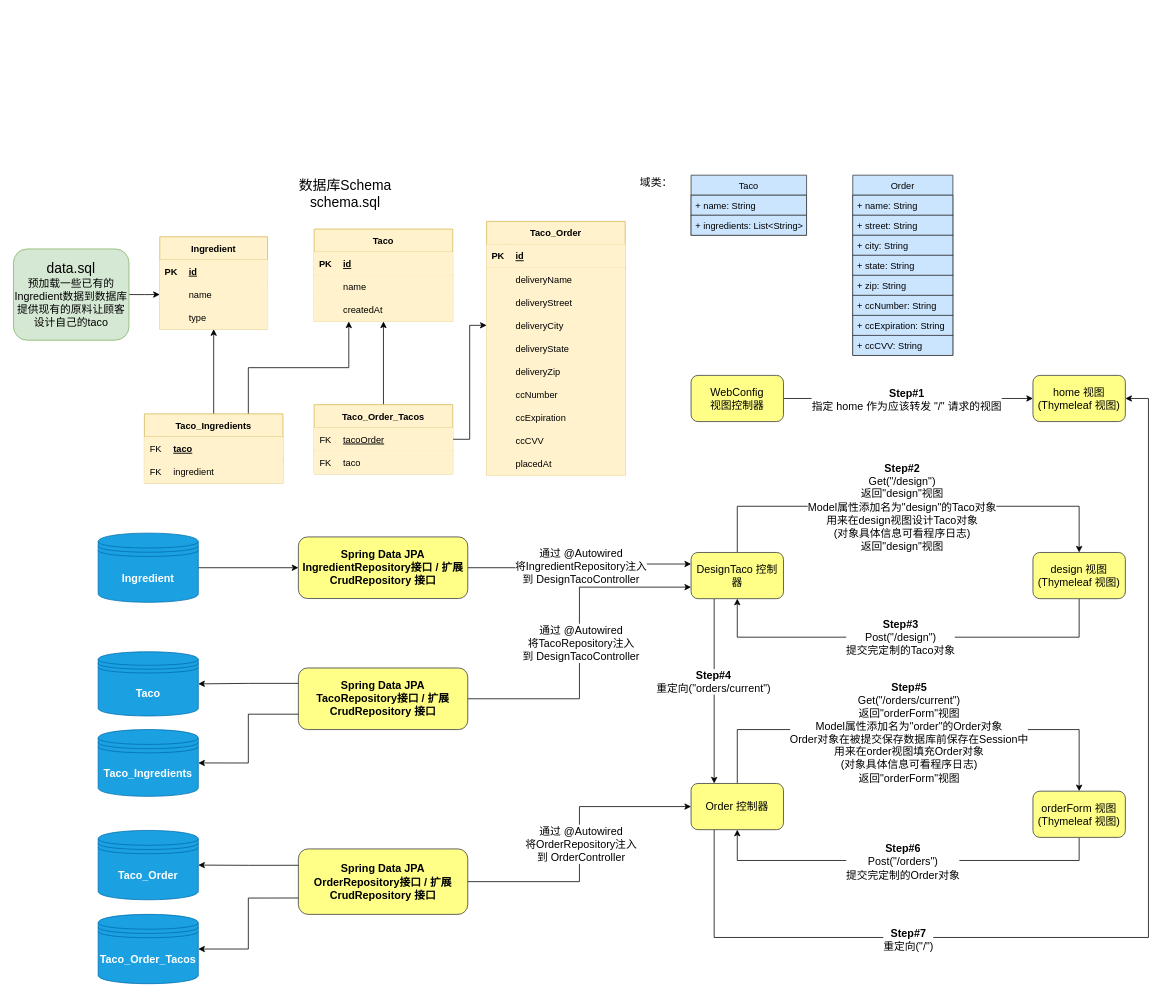
LilithCoder/taco-cloud keeps this draw.io diagram as flow_chart/flow_chart_v4.drawio. Above is the earlier version. Source tidied: cells renumbered, new cells numbered last; positions are measured from the earlier drawing's top-left corner, leaving out a move shared by most shapes. Both pictures are drawn from the tidied source at 77%, with x=0, y=0 at pixel (13, 175).
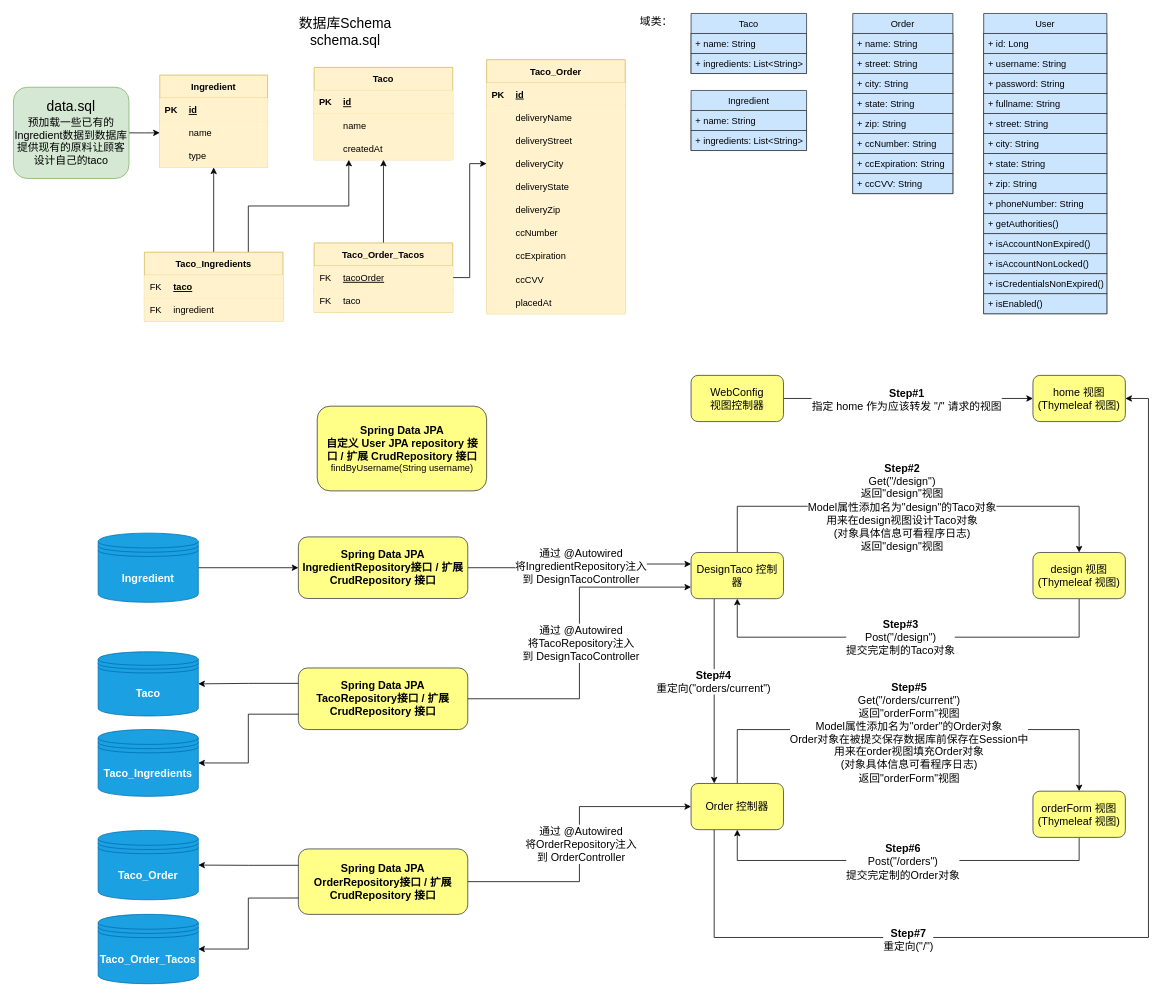
The same diagram, later.

Commit message (it also covers changes not shown here):
创建表示和持久存储用户信息的域对象 & 自定义 User JPA 存储库接口

What changed in the source:
```diff
@@
     <mxCell id="2" value="Order" style="swimlane;fontStyle=0;horizontal=1;startSize=26;fillColor=#cce5ff;strokeColor=#36393d;" parent="1" vertex="1">
-      <mxGeometry x="1090" width="130" height="234" as="geometry" />
+      <mxGeometry x="1090" y="-210" width="130" height="234" as="geometry" />
     </mxCell>
@@
     <mxCell id="11" value="Taco" style="swimlane;fontStyle=0;horizontal=1;startSize=26;fillColor=#cce5ff;strokeColor=#36393d;" parent="1" vertex="1">
-      <mxGeometry x="880" width="150" height="78" as="geometry" />
+      <mxGeometry x="880" y="-210" width="150" height="78" as="geometry" />
     </mxCell>
@@
     <mxCell id="14" value="&lt;font style=&quot;font-size: 14px&quot;&gt;域类：&lt;/font&gt;" style="text;html=1;strokeColor=none;fillColor=none;align=center;verticalAlign=middle;whiteSpace=wrap;rounded=0;" parent="1" vertex="1">
-      <mxGeometry x="810" width="50" height="20" as="geometry" />
+      <mxGeometry x="810" y="-210" width="50" height="20" as="geometry" />
     </mxCell>
@@
     <mxCell id="39" value="Ingredient" style="shape=table;startSize=30;childLayout=tableLayout;rowLines=0;fontStyle=1;align=center;fillColor=#fff2cc;strokeColor=#d6b656;" parent="1" vertex="1">
-      <mxGeometry x="190" y="80" width="140" height="120" as="geometry" />
+      <mxGeometry x="190" y="-130" width="140" height="120" as="geometry" />
     </mxCell>
@@
     <mxCell id="49" value="Taco" style="shape=table;startSize=30;childLayout=tableLayout;rowLines=0;fontStyle=1;align=center;fillColor=#fff2cc;strokeColor=#d6b656;" parent="1" vertex="1">
-      <mxGeometry x="390.5" y="70" width="180" height="120" as="geometry" />
+      <mxGeometry x="390.5" y="-140" width="180" height="120" as="geometry" />
     </mxCell>
@@
     <mxCell id="61" value="Taco_Ingredients" style="shape=table;startSize=30;childLayout=tableLayout;rowLines=0;fontStyle=1;align=center;fillColor=#fff2cc;strokeColor=#d6b656;" parent="1" vertex="1">
-      <mxGeometry x="170" y="310" width="180" height="90" as="geometry" />
+      <mxGeometry x="170" y="100" width="180" height="90" as="geometry" />
     </mxCell>
@@
     <mxCell id="70" value="Taco_Order_Tacos" style="shape=table;startSize=30;childLayout=tableLayout;rowLines=0;fontStyle=1;align=center;fillColor=#fff2cc;strokeColor=#d6b656;" parent="1" vertex="1">
-      <mxGeometry x="390.5" y="298" width="180" height="90" as="geometry" />
+      <mxGeometry x="390.5" y="88" width="180" height="90" as="geometry" />
     </mxCell>
@@
     <mxCell id="77" value="Taco_Order" style="shape=table;startSize=30;childLayout=tableLayout;rowLines=0;fontStyle=1;align=center;fillColor=#fff2cc;strokeColor=#d6b656;" parent="1" vertex="1">
-      <mxGeometry x="614.5" y="60" width="180" height="330" as="geometry" />
+      <mxGeometry x="614.5" y="-150" width="180" height="330" as="geometry" />
     </mxCell>
@@
     <mxCell id="108" value="&lt;font style=&quot;font-size: 18px&quot;&gt;数据库Schema&lt;br&gt;schema.sql&lt;br&gt;&lt;/font&gt;" style="text;html=1;strokeColor=none;fillColor=none;align=center;verticalAlign=middle;whiteSpace=wrap;rounded=0;" parent="1" vertex="1">
-      <mxGeometry x="360.5" width="140" height="50" as="geometry" />
+      <mxGeometry x="360.5" y="-210" width="140" height="50" as="geometry" />
     </mxCell>
@@
     <mxCell id="110" value="&lt;span style=&quot;font-size: 18px&quot;&gt;data.sql&lt;/span&gt;&lt;br&gt;&lt;font style=&quot;font-size: 14px&quot;&gt;预加载一些已有的Ingredient数据到数据库&lt;br&gt;提供现有的原料让顾客设计自己的taco&lt;br&gt;&lt;/font&gt;" style="rounded=1;whiteSpace=wrap;html=1;fillColor=#d5e8d4;strokeColor=#82b366;" parent="1" vertex="1">
-      <mxGeometry y="95.8" width="150" height="118.5" as="geometry" />
+      <mxGeometry y="-114.2" width="150" height="118.5" as="geometry" />
     </mxCell>
@@
+    <mxCell id="126" value="User" style="swimlane;fontStyle=0;horizontal=1;startSize=26;fillColor=#cce5ff;strokeColor=#36393d;" parent="1" vertex="1">
+      <mxGeometry x="1260" y="-210" width="160" height="390" as="geometry" />
+    </mxCell>
+    <mxCell id="127" value="+ id: Long" style="text;strokeColor=#36393d;fillColor=#cce5ff;align=left;verticalAlign=top;spacingLeft=4;spacingRight=4;overflow=hidden;" parent="126" vertex="1">
+      <mxGeometry y="26" width="160" height="26" as="geometry" />
+    </mxCell>
+    <mxCell id="128" value="+ username: String" style="text;strokeColor=#36393d;fillColor=#cce5ff;align=left;verticalAlign=top;spacingLeft=4;spacingRight=4;overflow=hidden;" parent="126" vertex="1">
+      <mxGeometry y="52" width="160" height="26" as="geometry" />
+    </mxCell>
+    <mxCell id="129" value="+ password: String" style="text;strokeColor=#36393d;fillColor=#cce5ff;align=left;verticalAlign=top;spacingLeft=4;spacingRight=4;overflow=hidden;" parent="126" vertex="1">
+      <mxGeometry y="78" width="160" height="26" as="geometry" />
+    </mxCell>
+    <mxCell id="130" value="+ fullname: String" style="text;strokeColor=#36393d;fillColor=#cce5ff;align=left;verticalAlign=top;spacingLeft=4;spacingRight=4;overflow=hidden;" parent="126" vertex="1">
+      <mxGeometry y="104" width="160" height="26" as="geometry" />
+    </mxCell>
+    <mxCell id="131" value="+ street: String" style="text;strokeColor=#36393d;fillColor=#cce5ff;align=left;verticalAlign=top;spacingLeft=4;spacingRight=4;overflow=hidden;" parent="126" vertex="1">
+      <mxGeometry y="130" width="160" height="26" as="geometry" />
+    </mxCell>
+    <mxCell id="132" value="+ city: String" style="text;strokeColor=#36393d;fillColor=#cce5ff;align=left;verticalAlign=top;spacingLeft=4;spacingRight=4;overflow=hidden;" parent="126" vertex="1">
+      <mxGeometry y="156" width="160" height="26" as="geometry" />
+    </mxCell>
+    <mxCell id="133" value="+ state: String" style="text;strokeColor=#36393d;fillColor=#cce5ff;align=left;verticalAlign=top;spacingLeft=4;spacingRight=4;overflow=hidden;" parent="126" vertex="1">
+      <mxGeometry y="182" width="160" height="26" as="geometry" />
+    </mxCell>
+    <mxCell id="134" value="+ zip: String" style="text;strokeColor=#36393d;fillColor=#cce5ff;align=left;verticalAlign=top;spacingLeft=4;spacingRight=4;overflow=hidden;" parent="126" vertex="1">
+      <mxGeometry y="208" width="160" height="26" as="geometry" />
+    </mxCell>
+    <mxCell id="135" value="+ phoneNumber: String" style="text;strokeColor=#36393d;fillColor=#cce5ff;align=left;verticalAlign=top;spacingLeft=4;spacingRight=4;overflow=hidden;" parent="126" vertex="1">
+      <mxGeometry y="234" width="160" height="26" as="geometry" />
+    </mxCell>
+    <mxCell id="136" value="+ getAuthorities()" style="text;strokeColor=#36393d;fillColor=#cce5ff;align=left;verticalAlign=top;spacingLeft=4;spacingRight=4;overflow=hidden;" parent="126" vertex="1">
+      <mxGeometry y="260" width="160" height="26" as="geometry" />
+    </mxCell>
+    <mxCell id="137" value="+ isAccountNonExpired()" style="text;strokeColor=#36393d;fillColor=#cce5ff;align=left;verticalAlign=top;spacingLeft=4;spacingRight=4;overflow=hidden;" parent="126" vertex="1">
+      <mxGeometry y="286" width="160" height="26" as="geometry" />
+    </mxCell>
+    <mxCell id="138" value="+ isAccountNonLocked()" style="text;strokeColor=#36393d;fillColor=#cce5ff;align=left;verticalAlign=top;spacingLeft=4;spacingRight=4;overflow=hidden;" parent="126" vertex="1">
+      <mxGeometry y="312" width="160" height="26" as="geometry" />
+    </mxCell>
+    <mxCell id="139" value="+ isCredentialsNonExpired()" style="text;strokeColor=#36393d;fillColor=#cce5ff;align=left;verticalAlign=top;spacingLeft=4;spacingRight=4;overflow=hidden;" parent="126" vertex="1">
+      <mxGeometry y="338" width="160" height="26" as="geometry" />
+    </mxCell>
+    <mxCell id="140" value="+ isEnabled()" style="text;strokeColor=#36393d;fillColor=#cce5ff;align=left;verticalAlign=top;spacingLeft=4;spacingRight=4;overflow=hidden;" parent="126" vertex="1">
+      <mxGeometry y="364" width="160" height="26" as="geometry" />
+    </mxCell>
+    <mxCell id="141" value="Ingredient" style="swimlane;fontStyle=0;horizontal=1;startSize=26;fillColor=#cce5ff;strokeColor=#36393d;" parent="1" vertex="1">
+      <mxGeometry x="880" y="-110" width="150" height="78" as="geometry" />
+    </mxCell>
+    <mxCell id="142" value="+ name: String" style="text;strokeColor=#36393d;fillColor=#cce5ff;align=left;verticalAlign=top;spacingLeft=4;spacingRight=4;overflow=hidden;" parent="141" vertex="1">
+      <mxGeometry y="26" width="150" height="26" as="geometry" />
+    </mxCell>
+    <mxCell id="143" value="+ ingredients: List&lt;String&gt;" style="text;strokeColor=#36393d;fillColor=#cce5ff;align=left;verticalAlign=top;spacingLeft=4;spacingRight=4;overflow=hidden;" parent="141" vertex="1">
+      <mxGeometry y="52" width="150" height="26" as="geometry" />
+    </mxCell>
+    <mxCell id="144" value="&lt;font&gt;&lt;font&gt;&lt;b style=&quot;font-size: 14px&quot;&gt;Spring Data JPA&lt;/b&gt;&lt;br&gt;&lt;span style=&quot;font-size: 14px&quot;&gt;&lt;b&gt;自定义 User JPA repository 接口&lt;/b&gt;&lt;/span&gt;&lt;b style=&quot;font-size: 14px&quot;&gt;&amp;nbsp;/&amp;nbsp;&lt;/b&gt;&lt;span style=&quot;font-size: 14px ; font-weight: bold&quot;&gt;扩展 CrudRepository 接口&lt;br&gt;&lt;/span&gt;&lt;span&gt;&lt;span class=&quot;prism-token token 37 function &quot;&gt;findByUsername&lt;/span&gt;&lt;/span&gt;&lt;span&gt;&lt;span class=&quot;prism-token token 38 punctuation &quot;&gt;(&lt;/span&gt;&lt;/span&gt;&lt;span&gt;&lt;span class=&quot;prism-token token 39&quot;&gt;String username&lt;/span&gt;&lt;/span&gt;&lt;span&gt;&lt;span class=&quot;prism-token token 40 punctuation &quot;&gt;)&lt;/span&gt;&lt;/span&gt;&lt;br&gt;&lt;/font&gt;&lt;/font&gt;" style="rounded=1;whiteSpace=wrap;html=1;fillColor=#ffff88;strokeColor=#36393d;" parent="1" vertex="1">
+      <mxGeometry x="394.5" y="300" width="220" height="110" as="geometry" />
+    </mxCell>
```
